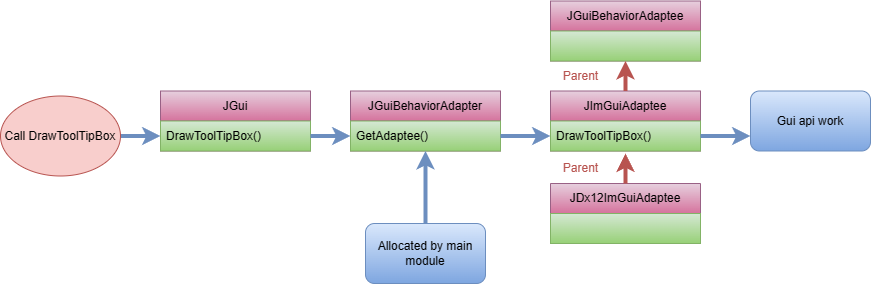
Earlier version of the draw.io export docs/Image/Editor/GuiCall.drawio.png (nupnup-hub/JinEngine). Source tidied: cells renumbered, new cells last; positions are measured from the earlier drawing's top-left corner, leaving out a move shared by most shapes. Its diagram source:
```xml
<mxGraphModel>
  <root>
    <mxCell id="0" />
    <mxCell id="1" parent="0" />
    <mxCell id="2" value="JGui" style="swimlane;fontStyle=0;horizontal=1;startSize=30;whiteSpace=wrap;html=1;fillColor=#e6d0de;gradientColor=#d5739d;strokeColor=#996185;" parent="1" vertex="1">
      <mxGeometry x="160" y="89.5" width="150" height="60" as="geometry" />
    </mxCell>
    <mxCell id="3" value="&lt;span style=&quot;text-align: center;&quot;&gt;DrawToolTipBox()&lt;/span&gt;" style="text;strokeColor=#82b366;fillColor=#d5e8d4;align=left;verticalAlign=middle;spacingLeft=4;spacingRight=4;overflow=hidden;points=[[0,0.5],[1,0.5]];portConstraint=eastwest;whiteSpace=wrap;html=1;gradientColor=#97d077;" parent="2" vertex="1">
      <mxGeometry y="30" width="150" height="30" as="geometry" />
    </mxCell>
    <mxCell id="4" style="endArrow=classic;html=1;rounded=0;exitX=1;exitY=0.5;exitDx=0;exitDy=0;strokeWidth=4;strokeColor=#6c8ebf;fillColor=#dae8fc;gradientColor=#7ea6e0;entryX=0;entryY=0.5;entryDx=0;entryDy=0;" parent="1" edge="1" source="6" target="3">
      <mxGeometry relative="1" as="geometry" />
    </mxCell>
    <mxCell id="5" style="endArrow=classic;html=1;rounded=0;strokeWidth=4;strokeColor=#6c8ebf;fillColor=#dae8fc;gradientColor=#7ea6e0;exitX=1;exitY=0.5;exitDx=0;exitDy=0;" parent="1" edge="1" source="3" target="8">
      <mxGeometry relative="1" as="geometry" />
    </mxCell>
    <mxCell id="6" value="Call DrawToolTipBox" style="ellipse;whiteSpace=wrap;html=1;fillColor=#f8cecc;strokeColor=#b85450;" parent="1" vertex="1">
      <mxGeometry y="94.5" width="120" height="80" as="geometry" />
    </mxCell>
    <mxCell id="7" value="JGuiBehaviorAdapter" style="swimlane;fontStyle=0;horizontal=1;startSize=30;whiteSpace=wrap;html=1;fillColor=#e6d0de;gradientColor=#d5739d;strokeColor=#996185;" parent="1" vertex="1">
      <mxGeometry x="350" y="89.5" width="150" height="60" as="geometry" />
    </mxCell>
    <mxCell id="8" value="&lt;span style=&quot;text-align: center;&quot;&gt;GetAdaptee()&lt;/span&gt;" style="text;strokeColor=#82b366;fillColor=#d5e8d4;align=left;verticalAlign=middle;spacingLeft=4;spacingRight=4;overflow=hidden;points=[[0,0.5],[1,0.5]];portConstraint=eastwest;whiteSpace=wrap;html=1;gradientColor=#97d077;" parent="7" vertex="1">
      <mxGeometry y="30" width="150" height="30" as="geometry" />
    </mxCell>
    <mxCell id="9" value="JGuiBehaviorAdaptee" style="swimlane;fontStyle=0;horizontal=1;startSize=30;whiteSpace=wrap;html=1;fillColor=#e6d0de;gradientColor=#d5739d;strokeColor=#996185;" parent="1" vertex="1">
      <mxGeometry x="550" y="-0.5" width="150" height="60" as="geometry" />
    </mxCell>
    <mxCell id="10" style="text;strokeColor=#82b366;fillColor=#d5e8d4;align=left;verticalAlign=middle;spacingLeft=4;spacingRight=4;overflow=hidden;points=[[0,0.5],[1,0.5]];portConstraint=eastwest;whiteSpace=wrap;html=1;gradientColor=#97d077;" parent="9" vertex="1">
      <mxGeometry y="30" width="150" height="30" as="geometry" />
    </mxCell>
    <mxCell id="11" value="JImGuiAdaptee" style="swimlane;fontStyle=0;horizontal=1;startSize=30;whiteSpace=wrap;html=1;fillColor=#e6d0de;gradientColor=#d5739d;strokeColor=#996185;" parent="1" vertex="1">
      <mxGeometry x="550" y="89.5" width="150" height="60" as="geometry" />
    </mxCell>
    <mxCell id="12" value="&lt;span style=&quot;text-align: center;&quot;&gt;DrawToolTipBox()&lt;/span&gt;" style="text;strokeColor=#82b366;fillColor=#d5e8d4;align=left;verticalAlign=middle;spacingLeft=4;spacingRight=4;overflow=hidden;points=[[0,0.5],[1,0.5]];portConstraint=eastwest;whiteSpace=wrap;html=1;gradientColor=#97d077;" parent="11" vertex="1">
      <mxGeometry y="30" width="150" height="30" as="geometry" />
    </mxCell>
    <mxCell id="13" value="JDx12ImGuiAdaptee" style="swimlane;fontStyle=0;horizontal=1;startSize=30;whiteSpace=wrap;html=1;fillColor=#e6d0de;gradientColor=#d5739d;strokeColor=#996185;" parent="1" vertex="1">
      <mxGeometry x="550" y="182" width="150" height="60" as="geometry" />
    </mxCell>
    <mxCell id="14" style="text;strokeColor=#82b366;fillColor=#d5e8d4;align=left;verticalAlign=middle;spacingLeft=4;spacingRight=4;overflow=hidden;whiteSpace=wrap;html=1;gradientColor=#97d077;" parent="13" vertex="1">
      <mxGeometry y="30" width="150" height="30" as="geometry" />
    </mxCell>
    <mxCell id="15" style="endArrow=classic;html=1;rounded=0;strokeWidth=4;strokeColor=#6c8ebf;fillColor=#dae8fc;gradientColor=#7ea6e0;exitX=1;exitY=0.5;exitDx=0;exitDy=0;entryX=0;entryY=0.5;entryDx=0;entryDy=0;" parent="1" edge="1" source="8" target="12">
      <mxGeometry relative="1" as="geometry" />
    </mxCell>
    <mxCell id="16" value="Allocated by main module" style="rounded=1;whiteSpace=wrap;html=1;fillColor=#dae8fc;gradientColor=#7ea6e0;strokeColor=#6c8ebf;" parent="1" vertex="1">
      <mxGeometry x="365" y="222" width="120" height="60" as="geometry" />
    </mxCell>
    <mxCell id="17" style="endArrow=classic;html=1;rounded=0;exitX=0.5;exitY=0;exitDx=0;exitDy=0;strokeWidth=4;strokeColor=#6c8ebf;fillColor=#dae8fc;gradientColor=#7ea6e0;entryX=0.5;entryY=1;entryDx=0;entryDy=0;" parent="1" edge="1" source="16" target="7">
      <mxGeometry relative="1" as="geometry" />
    </mxCell>
    <mxCell id="18" style="endArrow=classic;html=1;rounded=0;strokeWidth=4;strokeColor=#6c8ebf;fillColor=#dae8fc;gradientColor=#7ea6e0;exitX=1;exitY=0.5;exitDx=0;exitDy=0;entryX=0;entryY=0.75;entryDx=0;entryDy=0;" parent="1" edge="1" source="12" target="19">
      <mxGeometry relative="1" as="geometry" />
    </mxCell>
    <mxCell id="19" value="Gui api work" style="rounded=1;whiteSpace=wrap;html=1;fillColor=#dae8fc;gradientColor=#7ea6e0;strokeColor=#6c8ebf;" parent="1" vertex="1">
      <mxGeometry x="750" y="89.5" width="120" height="60" as="geometry" />
    </mxCell>
    <mxCell id="20" style="endArrow=classic;html=1;rounded=0;strokeWidth=4;strokeColor=#B85450;fillColor=#e6d0de;gradientColor=#d5739d;exitX=0.5;exitY=0;exitDx=0;exitDy=0;" parent="1" edge="1" source="13">
      <mxGeometry relative="1" as="geometry">
        <mxPoint x="625" y="152" as="targetPoint" />
      </mxGeometry>
    </mxCell>
    <mxCell id="21" value="&lt;font color=&quot;#b85450&quot;&gt;Parent&lt;/font&gt;" style="text;html=1;align=center;verticalAlign=middle;strokeColor=none;fillColor=none;fontColor=#CC00CC;" parent="1" vertex="1">
      <mxGeometry x="550" y="152" width="60" height="30" as="geometry" />
    </mxCell>
    <mxCell id="22" style="endArrow=classic;html=1;rounded=0;strokeWidth=4;strokeColor=#B85450;fillColor=#e6d0de;gradientColor=#d5739d;exitX=0.5;exitY=0;exitDx=0;exitDy=0;" parent="1" edge="1" source="11" target="10">
      <mxGeometry relative="1" as="geometry" />
    </mxCell>
    <mxCell id="23" value="&lt;font color=&quot;#b85450&quot;&gt;Parent&lt;/font&gt;" style="text;html=1;align=center;verticalAlign=middle;strokeColor=none;fillColor=none;fontColor=#CC00CC;" parent="1" vertex="1">
      <mxGeometry x="550" y="59.5" width="60" height="30" as="geometry" />
    </mxCell>
  </root>
</mxGraphModel>
```
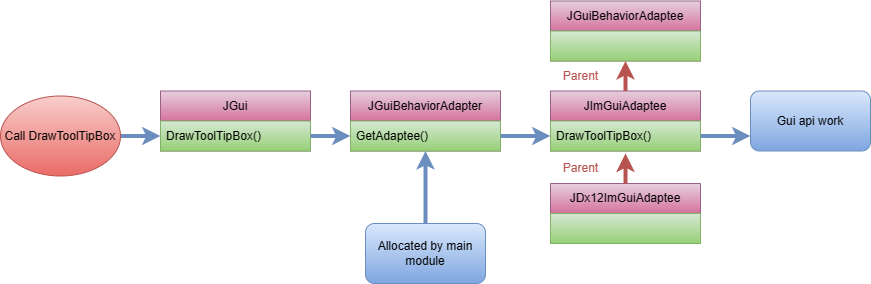
Later version of the same file.

Change to the diagram source:
```diff
@@ -14,7 +14,7 @@
     <mxCell id="5" style="endArrow=classic;html=1;rounded=0;strokeWidth=4;strokeColor=#6c8ebf;fillColor=#dae8fc;gradientColor=#7ea6e0;exitX=1;exitY=0.5;exitDx=0;exitDy=0;" parent="1" edge="1" source="3" target="8">
       <mxGeometry relative="1" as="geometry" />
     </mxCell>
-    <mxCell id="6" value="Call DrawToolTipBox" style="ellipse;whiteSpace=wrap;html=1;fillColor=#f8cecc;strokeColor=#b85450;" parent="1" vertex="1">
+    <mxCell id="6" value="Call DrawToolTipBox" style="ellipse;whiteSpace=wrap;html=1;fillColor=#f8cecc;strokeColor=#b85450;gradientColor=#ea6b66;" parent="1" vertex="1">
       <mxGeometry y="94.5" width="120" height="80" as="geometry" />
     </mxCell>
     <mxCell id="7" value="JGuiBehaviorAdapter" style="swimlane;fontStyle=0;horizontal=1;startSize=30;whiteSpace=wrap;html=1;fillColor=#e6d0de;gradientColor=#d5739d;strokeColor=#996185;" parent="1" vertex="1">
```
